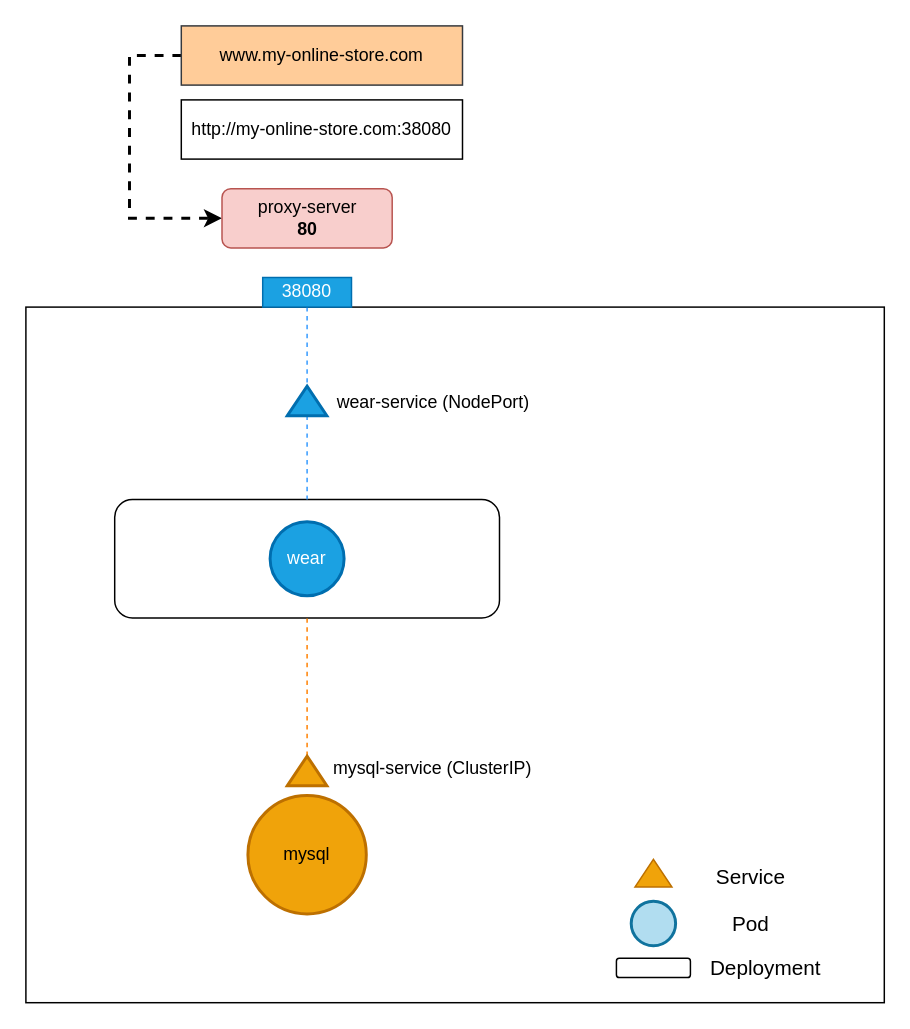
Earlier version of the draw.io diagram page "ingress" (6 of 6) of assets/networking.drawio (aditya109/journey-CKA). Source tidied: cells renumbered, new cells numbered last; positions are measured from the earlier drawing's top-left corner, leaving out a move shared by most shapes. Both pictures are drawn from the tidied source at 148%, with x=0, y=0 at pixel (25, 25).
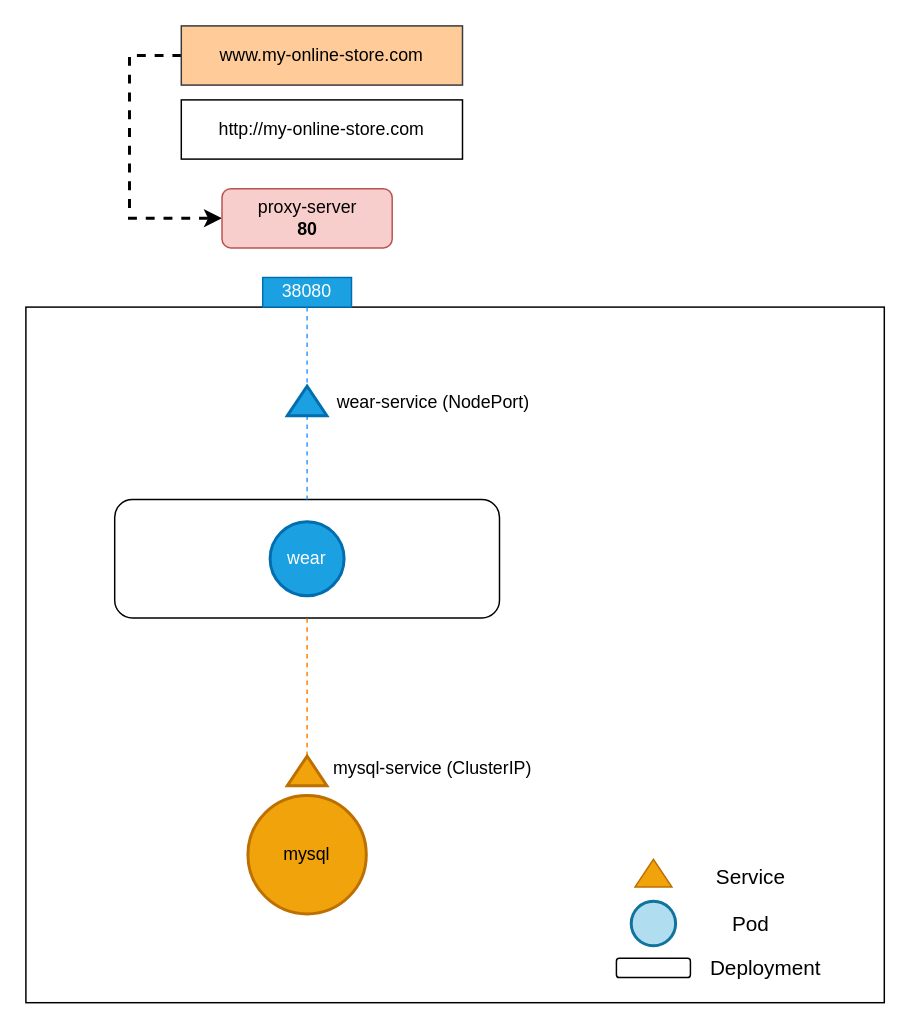
The same page after the edit.

What changed in the source:
```diff
@@
-    <mxCell id="22" value="http://my-online-store.com:38080" style="rounded=0;whiteSpace=wrap;html=1;" parent="1" vertex="1">
+    <mxCell id="22" value="http://my-online-store.com" style="rounded=0;whiteSpace=wrap;html=1;" parent="1" vertex="1">
       <mxGeometry x="105" y="50" width="190" height="40" as="geometry" />
     </mxCell>
```
